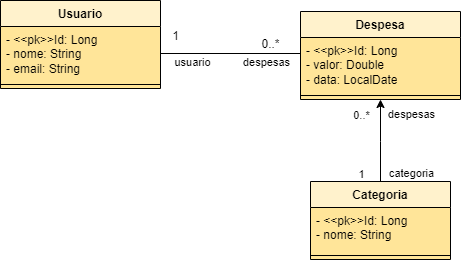
The draw.io diagram assets/modelo-dominio-gerenciamento-gastos.png in DeivinsonPereira/DimeTracker, before a commit. Source tidied: cells renumbered, new cells last; positions are measured from the earlier drawing's top-left corner, leaving out a move shared by most shapes.
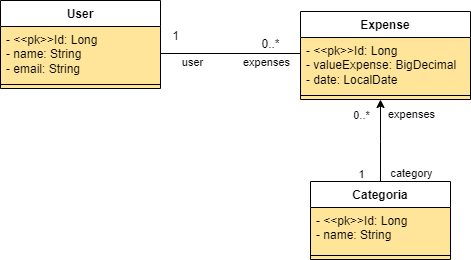
The same diagram one commit later.

Diff of the diagram source:
```diff
@@ -2,42 +2,42 @@
   <root>
     <mxCell id="0" />
     <mxCell id="1" parent="0" />
-    <mxCell id="2" style="edgeStyle=orthogonalEdgeStyle;rounded=0;jettySize=auto;html=1;entryX=0.019;entryY=0.389;entryDx=0;entryDy=0;entryPerimeter=0;" parent="1" edge="1" source="6" target="9">
+    <mxCell id="2" style="edgeStyle=orthogonalEdgeStyle;rounded=0;jettySize=auto;html=1;entryX=0.019;entryY=0.389;entryDx=0;entryDy=0;entryPerimeter=0;labelBackgroundColor=none;fontColor=default;" parent="1" edge="1" source="6" target="9">
       <mxGeometry relative="1" as="geometry">
         <Array as="points">
           <mxPoint x="393" y="53" />
         </Array>
       </mxGeometry>
     </mxCell>
-    <mxCell id="3" value="despesas" style="edgeLabel;html=1;align=center;verticalAlign=middle;" parent="2" vertex="1">
+    <mxCell id="3" value="expenses" style="edgeLabel;html=1;align=center;verticalAlign=middle;labelBackgroundColor=none;" parent="2" vertex="1">
       <mxGeometry x="-0.1" y="-2" relative="1" as="geometry">
         <mxPoint x="-42" y="6" as="offset" />
       </mxGeometry>
     </mxCell>
-    <mxCell id="4" value="usuario" style="edgeLabel;html=1;align=center;verticalAlign=middle;" parent="2" vertex="1">
+    <mxCell id="4" value="user" style="edgeLabel;html=1;align=center;verticalAlign=middle;labelBackgroundColor=none;" parent="2" vertex="1">
       <mxGeometry x="-0.95" relative="1" as="geometry">
         <mxPoint x="23" y="8" as="offset" />
       </mxGeometry>
     </mxCell>
-    <mxCell id="5" value="Usuario" style="swimlane;fontStyle=1;align=center;verticalAlign=top;horizontal=1;startSize=26;whiteSpace=wrap;html=1;labelBackgroundColor=none;swimlaneFillColor=#FFE599;fillColor=#fff2cc;strokeColor=#000000;" parent="1" vertex="1">
+    <mxCell id="5" value="User" style="swimlane;fontStyle=1;align=center;verticalAlign=top;horizontal=1;startSize=26;whiteSpace=wrap;html=1;labelBackgroundColor=none;swimlaneFillColor=#FFE599;" parent="1" vertex="1">
       <mxGeometry width="160" height="88" as="geometry" />
     </mxCell>
-    <mxCell id="6" value="- &amp;lt;&amp;lt;pk&amp;gt;&amp;gt;Id: Long&lt;br style=&quot;font-size: 12px;&quot;&gt;- nome: String&lt;br style=&quot;font-size: 12px;&quot;&gt;- email: String" style="text;strokeColor=none;fillColor=none;align=left;verticalAlign=top;spacingLeft=4;spacingRight=4;overflow=hidden;points=[[0,0.5],[1,0.5]];portConstraint=eastwest;whiteSpace=wrap;html=1;fontSize=12;spacingTop=0;spacing=2;labelBackgroundColor=#FFE599;labelBorderColor=none;" parent="5" vertex="1">
+    <mxCell id="6" value="- &amp;lt;&amp;lt;pk&amp;gt;&amp;gt;Id: Long&lt;br style=&quot;font-size: 12px;&quot;&gt;- name: String&lt;br style=&quot;font-size: 12px;&quot;&gt;- email: String" style="text;strokeColor=none;fillColor=none;align=left;verticalAlign=top;spacingLeft=4;spacingRight=4;overflow=hidden;points=[[0,0.5],[1,0.5]];portConstraint=eastwest;whiteSpace=wrap;html=1;fontSize=12;spacingTop=0;spacing=2;labelBackgroundColor=none;labelBorderColor=none;" parent="5" vertex="1">
       <mxGeometry y="26" width="160" height="54" as="geometry" />
     </mxCell>
-    <mxCell id="7" style="line;strokeWidth=1;fillColor=none;align=left;verticalAlign=middle;spacingTop=-1;spacingLeft=3;spacingRight=3;labelPosition=right;strokeColor=inherit;" parent="5" vertex="1">
+    <mxCell id="7" style="line;strokeWidth=1;fillColor=none;align=left;verticalAlign=middle;spacingTop=-1;spacingLeft=3;spacingRight=3;labelPosition=right;labelBackgroundColor=none;" parent="5" vertex="1">
       <mxGeometry y="80" width="160" height="8" as="geometry" />
     </mxCell>
-    <mxCell id="8" value="Despesa" style="swimlane;fontStyle=1;align=center;verticalAlign=top;horizontal=1;startSize=26;whiteSpace=wrap;html=1;labelBackgroundColor=none;swimlaneFillColor=#FFE599;fillColor=#fff2cc;strokeColor=default;" parent="1" vertex="1">
-      <mxGeometry x="300" y="11" width="160" height="88" as="geometry" />
+    <mxCell id="8" value="Expense" style="swimlane;fontStyle=1;align=center;verticalAlign=top;horizontal=1;startSize=26;whiteSpace=wrap;html=1;labelBackgroundColor=none;swimlaneFillColor=#FFE599;" parent="1" vertex="1">
+      <mxGeometry x="300" y="11" width="170" height="88" as="geometry" />
     </mxCell>
-    <mxCell id="9" value="- &amp;lt;&amp;lt;pk&amp;gt;&amp;gt;Id: Long&lt;br style=&quot;font-size: 12px;&quot;&gt;- valor: Double&lt;br style=&quot;font-size: 12px;&quot;&gt;- data: LocalDate" style="text;strokeColor=none;fillColor=none;align=left;verticalAlign=top;spacingLeft=4;spacingRight=4;overflow=hidden;points=[[0,0.5],[1,0.5]];portConstraint=eastwest;whiteSpace=wrap;html=1;fontSize=12;spacingTop=0;spacing=2;labelBackgroundColor=#FFE599;labelBorderColor=none;" parent="8" vertex="1">
-      <mxGeometry y="26" width="160" height="54" as="geometry" />
+    <mxCell id="9" value="- &amp;lt;&amp;lt;pk&amp;gt;&amp;gt;Id: Long&lt;br style=&quot;font-size: 12px;&quot;&gt;- valueExpense: BigDecimal&lt;br style=&quot;font-size: 12px;&quot;&gt;- date: LocalDate" style="text;strokeColor=none;fillColor=none;align=left;verticalAlign=top;spacingLeft=4;spacingRight=4;overflow=hidden;points=[[0,0.5],[1,0.5]];portConstraint=eastwest;whiteSpace=wrap;html=1;fontSize=12;spacingTop=0;spacing=2;labelBackgroundColor=none;labelBorderColor=none;" parent="8" vertex="1">
+      <mxGeometry y="26" width="170" height="54" as="geometry" />
     </mxCell>
-    <mxCell id="10" style="line;strokeWidth=1;fillColor=none;align=left;verticalAlign=middle;spacingTop=-1;spacingLeft=3;spacingRight=3;labelPosition=right;points=[];portConstraint=eastwest;strokeColor=inherit;" parent="8" vertex="1">
-      <mxGeometry y="80" width="160" height="8" as="geometry" />
+    <mxCell id="10" style="line;strokeWidth=1;fillColor=none;align=left;verticalAlign=middle;spacingTop=-1;spacingLeft=3;spacingRight=3;labelPosition=right;points=[];portConstraint=eastwest;labelBackgroundColor=none;" parent="8" vertex="1">
+      <mxGeometry y="80" width="170" height="8" as="geometry" />
     </mxCell>
-    <mxCell id="11" style="edgeStyle=orthogonalEdgeStyle;rounded=0;jettySize=auto;html=1;" parent="1" edge="1" source="16" target="10">
+    <mxCell id="11" style="edgeStyle=orthogonalEdgeStyle;rounded=0;jettySize=auto;html=1;labelBackgroundColor=none;fontColor=default;" parent="1" edge="1" source="16" target="10">
       <mxGeometry relative="1" as="geometry">
         <Array as="points">
           <mxPoint x="380" y="141" />
@@ -45,39 +45,39 @@
         </Array>
       </mxGeometry>
     </mxCell>
-    <mxCell id="12" value="despesas" style="edgeLabel;html=1;align=center;verticalAlign=middle;" parent="11" vertex="1">
+    <mxCell id="12" value="expenses" style="edgeLabel;html=1;align=center;verticalAlign=middle;labelBackgroundColor=none;" parent="11" vertex="1">
       <mxGeometry x="0.65" y="1" relative="1" as="geometry">
         <mxPoint x="31" as="offset" />
       </mxGeometry>
     </mxCell>
-    <mxCell id="13" value="0..*" style="edgeLabel;html=1;align=center;verticalAlign=middle;" parent="11" vertex="1">
+    <mxCell id="13" value="0..*" style="edgeLabel;html=1;align=center;verticalAlign=middle;labelBackgroundColor=none;" parent="11" vertex="1">
       <mxGeometry x="0.63" relative="1" as="geometry">
         <mxPoint x="-20" as="offset" />
       </mxGeometry>
     </mxCell>
-    <mxCell id="14" value="categoria" style="edgeLabel;html=1;align=center;verticalAlign=middle;" parent="11" vertex="1">
+    <mxCell id="14" value="category" style="edgeLabel;html=1;align=center;verticalAlign=middle;labelBackgroundColor=none;" parent="11" vertex="1">
       <mxGeometry x="-0.77" y="1" relative="1" as="geometry">
         <mxPoint x="31" as="offset" />
       </mxGeometry>
     </mxCell>
-    <mxCell id="15" value="1" style="edgeLabel;html=1;align=center;verticalAlign=middle;" parent="11" vertex="1">
+    <mxCell id="15" value="1" style="edgeLabel;html=1;align=center;verticalAlign=middle;labelBackgroundColor=none;" parent="11" vertex="1">
       <mxGeometry x="-0.83" y="1" relative="1" as="geometry">
         <mxPoint x="-19" y="-1" as="offset" />
       </mxGeometry>
     </mxCell>
-    <mxCell id="16" value="Categoria" style="swimlane;fontStyle=1;align=center;verticalAlign=top;horizontal=1;startSize=26;whiteSpace=wrap;html=1;labelBackgroundColor=none;swimlaneFillColor=#FFE599;fillColor=#fff2cc;strokeColor=default;" parent="1" vertex="1">
+    <mxCell id="16" value="Categoria" style="swimlane;fontStyle=1;align=center;verticalAlign=top;horizontal=1;startSize=26;whiteSpace=wrap;html=1;labelBackgroundColor=none;swimlaneFillColor=#FFE599;" parent="1" vertex="1">
       <mxGeometry x="310" y="181" width="140" height="78" as="geometry" />
     </mxCell>
-    <mxCell id="17" value="- &amp;lt;&amp;lt;pk&amp;gt;&amp;gt;Id: Long&lt;br style=&quot;font-size: 12px;&quot;&gt;- nome: String" style="text;strokeColor=none;fillColor=none;align=left;verticalAlign=top;spacingLeft=4;spacingRight=4;overflow=hidden;whiteSpace=wrap;html=1;fontSize=12;spacingTop=0;spacing=2;labelBackgroundColor=#FFE599;labelBorderColor=none;" parent="16" vertex="1">
+    <mxCell id="17" value="- &amp;lt;&amp;lt;pk&amp;gt;&amp;gt;Id: Long&lt;br style=&quot;font-size: 12px;&quot;&gt;- name: String" style="text;strokeColor=none;fillColor=none;align=left;verticalAlign=top;spacingLeft=4;spacingRight=4;overflow=hidden;whiteSpace=wrap;html=1;fontSize=12;spacingTop=0;spacing=2;labelBackgroundColor=none;labelBorderColor=none;" parent="16" vertex="1">
       <mxGeometry y="26" width="140" height="44" as="geometry" />
     </mxCell>
-    <mxCell id="18" style="line;strokeWidth=1;fillColor=none;align=left;verticalAlign=middle;spacingTop=-1;spacingLeft=3;spacingRight=3;labelPosition=right;strokeColor=inherit;" parent="16" vertex="1">
+    <mxCell id="18" style="line;strokeWidth=1;fillColor=none;align=left;verticalAlign=middle;spacingTop=-1;spacingLeft=3;spacingRight=3;labelPosition=right;labelBackgroundColor=none;" parent="16" vertex="1">
       <mxGeometry y="70" width="140" height="8" as="geometry" />
     </mxCell>
-    <mxCell id="19" value="0..*" style="text;html=1;align=center;verticalAlign=middle;strokeColor=none;fillColor=none;" parent="1" vertex="1">
+    <mxCell id="19" value="0..*" style="text;html=1;align=center;verticalAlign=middle;strokeColor=none;fillColor=none;labelBackgroundColor=none;" parent="1" vertex="1">
       <mxGeometry x="250" y="29" width="40" height="30" as="geometry" />
     </mxCell>
-    <mxCell id="20" value="1" style="text;html=1;align=center;verticalAlign=middle;strokeColor=none;fillColor=none;" parent="1" vertex="1">
+    <mxCell id="20" value="1" style="text;html=1;align=center;verticalAlign=middle;strokeColor=none;fillColor=none;labelBackgroundColor=none;" parent="1" vertex="1">
       <mxGeometry x="160" y="21" width="30" height="30" as="geometry" />
     </mxCell>
   </root>
```
